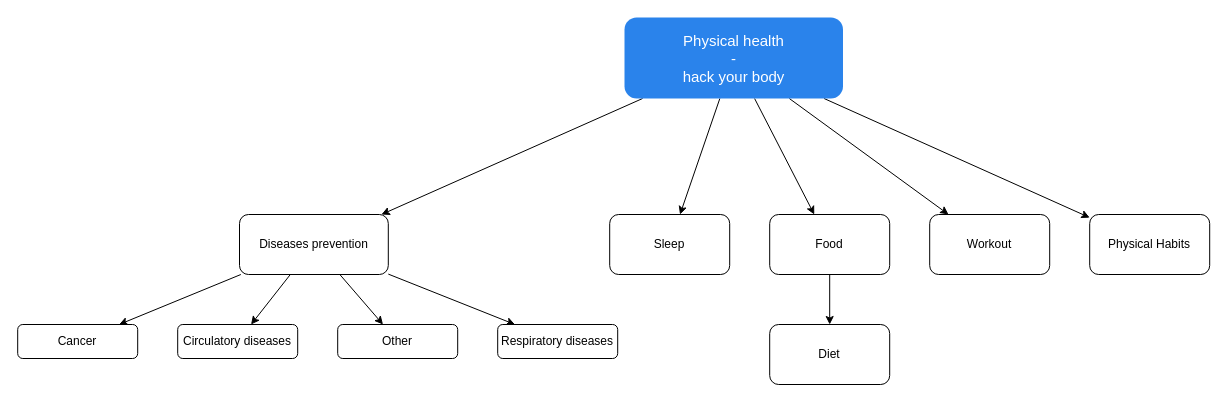
alfonsograziano/personal-blog keeps this draw.io diagram as page "Physical Health" (4 of 4) of Wellbeing.drawio. Above is the earlier version. Source tidied: cells renumbered, new cells numbered last; positions are measured from the earlier drawing's top-left corner, leaving out a move shared by most shapes. Both pictures are drawn from the tidied source at 100%, with x=0, y=0 at pixel (17, 17).
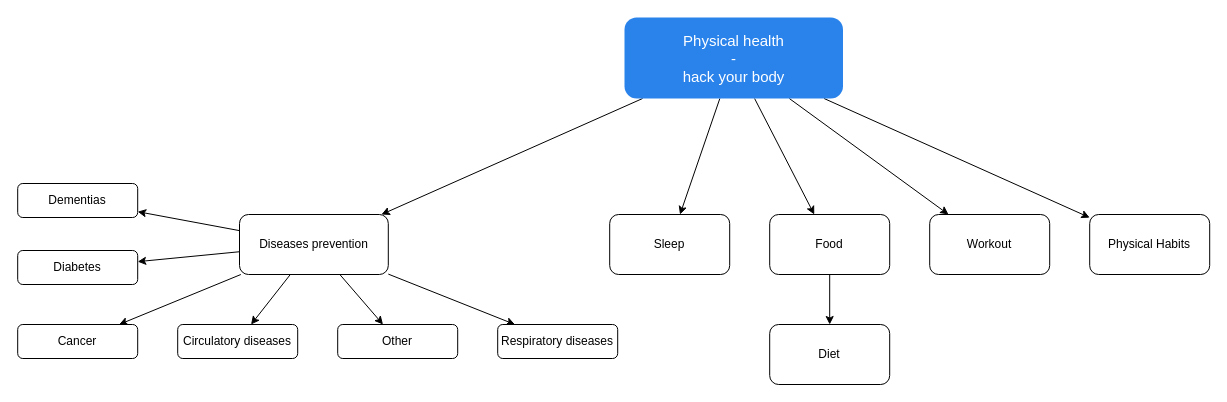
Above is the later version.

The change refers to these unchanged cells:
```xml
<mxCell id="17" value="Diseases prevention" style="rounded=1;whiteSpace=wrap;html=1;fontStyle=0;" parent="1" vertex="1">
  <mxGeometry x="222" y="197" width="148.8" height="60" as="geometry" />
</mxCell>
```

The edit, as a diff of the source:
```diff
@@
+    <mxCell id="23" style="edgeStyle=none;rounded=0;jettySize=auto;html=1;" parent="1" edge="1" source="17" target="25">
+      <mxGeometry relative="1" as="geometry" />
+    </mxCell>
+    <mxCell id="24" style="edgeStyle=none;rounded=0;jettySize=auto;html=1;" parent="1" edge="1" source="17" target="26">
+      <mxGeometry relative="1" as="geometry" />
+    </mxCell>
@@
+    <mxCell id="25" value="Diabetes" style="rounded=1;whiteSpace=wrap;html=1;" parent="1" vertex="1">
+      <mxGeometry x="0.2" y="233" width="120" height="34" as="geometry" />
+    </mxCell>
+    <mxCell id="26" value="Dementias" style="rounded=1;whiteSpace=wrap;html=1;" parent="1" vertex="1">
+      <mxGeometry x="0.2" y="166" width="120" height="34" as="geometry" />
+    </mxCell>
```
